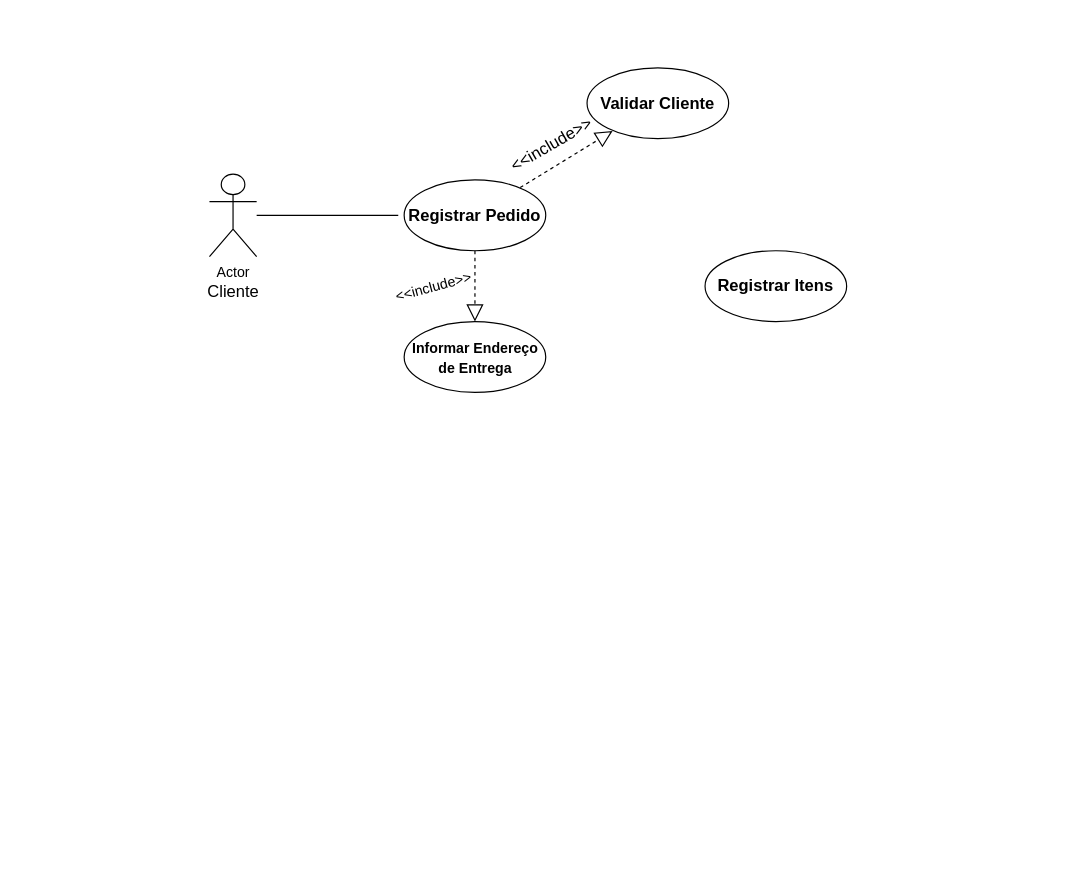
Before: Diagrama sem nome.drawio in loui674/Diagramas-de-Caso-de-Uso, a draw.io diagram. Source tidied: cells renumbered, new cells numbered last; positions are measured from the earlier drawing's top-left corner, leaving out a move shared by most shapes. Both pictures are drawn from the tidied source at 118%, with x=0, y=0 at pixel (191, 67).
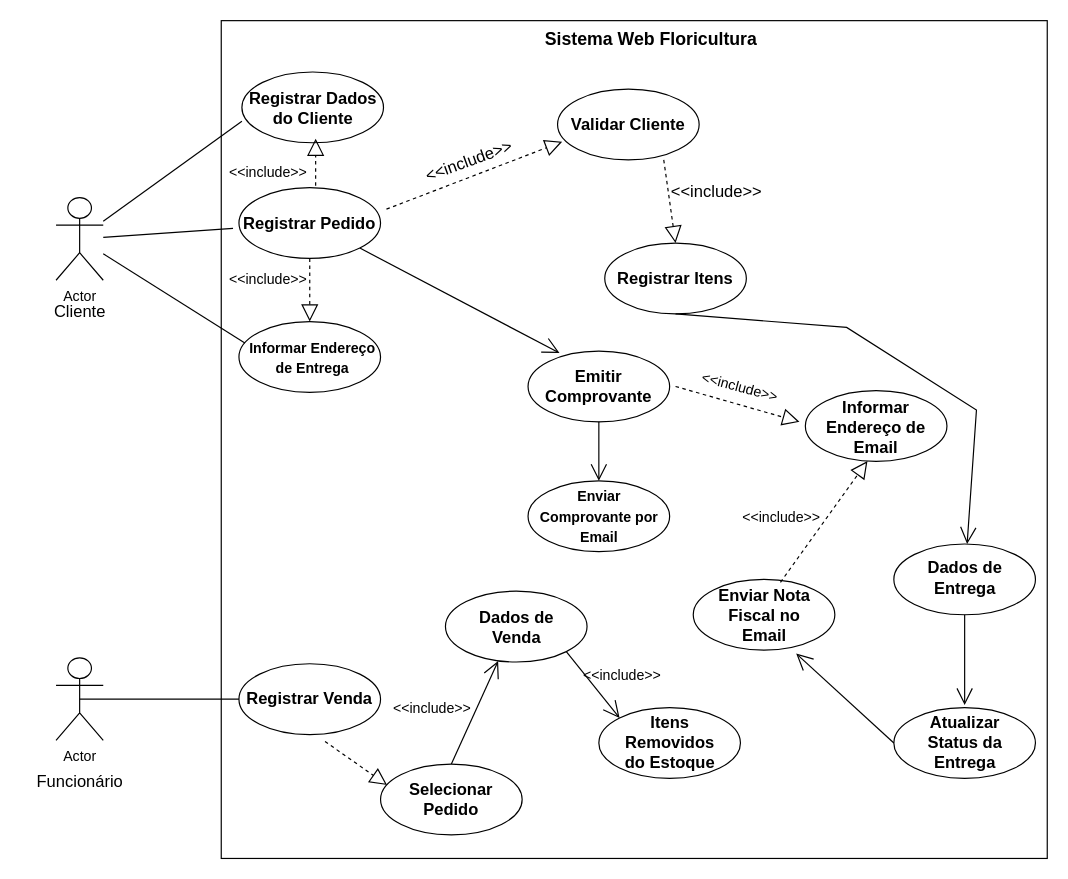
The same page after the edit.

The edit, as a diff of the source:
```diff
@@
+    <mxCell id="17" style="html=1;fontSize=15;fillColor=default;" parent="1" vertex="1">
+      <mxGeometry x="25" y="-40" width="700" height="710" as="geometry" />
+    </mxCell>
     <mxCell id="2" value="Actor" style="shape=umlActor;verticalLabelPosition=bottom;verticalAlign=top;html=1;outlineConnect=0;fillColor=default;fontStyle=0;" parent="1" vertex="1">
-      <mxGeometry x="15" y="90" width="40" height="70" as="geometry" />
+      <mxGeometry x="-115" y="110" width="40" height="70" as="geometry" />
     </mxCell>
     <mxCell id="3" style="ellipse;whiteSpace=wrap;html=1;verticalAlign=top;fontStyle=0;" parent="1" vertex="1">
-      <mxGeometry x="180" y="95" width="120" height="60" as="geometry" />
+      <mxGeometry x="40" y="101.5" width="120" height="60" as="geometry" />
     </mxCell>
     <mxCell id="4" value="Registrar Pedido" style="text;html=1;strokeColor=none;fillColor=none;align=center;verticalAlign=middle;whiteSpace=wrap;rounded=0;fontStyle=1;fontSize=14;" parent="1" vertex="1">
-      <mxGeometry x="175" y="101.5" width="130" height="47" as="geometry" />
+      <mxGeometry x="35" y="108" width="130" height="47" as="geometry" />
     </mxCell>
@@
     <mxCell id="6" style="ellipse;whiteSpace=wrap;html=1;verticalAlign=top;fontStyle=0;" parent="1" vertex="1">
-      <mxGeometry x="335" width="120" height="60" as="geometry" />
+      <mxGeometry x="310" y="18" width="120" height="60" as="geometry" />
     </mxCell>
     <mxCell id="7" value="Validar Cliente" style="text;html=1;strokeColor=none;fillColor=none;align=center;verticalAlign=middle;whiteSpace=wrap;rounded=0;fontStyle=1;fontSize=14;" parent="1" vertex="1">
-      <mxGeometry x="330" y="6.5" width="130" height="47" as="geometry" />
+      <mxGeometry x="305" y="24.5" width="130" height="47" as="geometry" />
     </mxCell>
-    <mxCell id="8" value="&amp;lt;&amp;lt;include&amp;gt;&amp;gt;" style="text;html=1;strokeColor=none;fillColor=none;align=center;verticalAlign=middle;whiteSpace=wrap;rounded=0;fontSize=14;rotation=-30;" parent="1" vertex="1">
-      <mxGeometry x="275" y="50" width="60" height="30" as="geometry" />
+    <mxCell id="8" value="&amp;lt;&amp;lt;include&amp;gt;&amp;gt;" style="text;html=1;strokeColor=none;fillColor=none;align=center;verticalAlign=middle;whiteSpace=wrap;rounded=0;fontSize=14;rotation=-20;" parent="1" vertex="1">
+      <mxGeometry x="205" y="63.5" width="60" height="30" as="geometry" />
     </mxCell>
     <mxCell id="9" value="Cliente" style="text;html=1;align=center;verticalAlign=middle;strokeColor=none;fillColor=none;fontSize=14;" parent="1" vertex="1">
-      <mxGeometry y="175" width="70" height="30" as="geometry" />
+      <mxGeometry x="-130" y="191.5" width="70" height="30" as="geometry" />
     </mxCell>
-    <mxCell id="10" style="endArrow=block;dashed=1;endFill=0;endSize=12;html=1;rounded=0;fontSize=14;" parent="1" edge="1" source="4" target="7">
+    <mxCell id="10" style="endArrow=block;dashed=1;endFill=0;endSize=12;html=1;rounded=0;fontSize=14;exitX=1;exitY=0.25;exitDx=0;exitDy=0;entryX=0.032;entryY=0.744;entryDx=0;entryDy=0;entryPerimeter=0;" parent="1" edge="1" source="4" target="6">
       <mxGeometry relative="1" as="geometry" />
     </mxCell>
     <mxCell id="11" style="ellipse;whiteSpace=wrap;html=1;verticalAlign=top;fontStyle=0;" parent="1" vertex="1">
-      <mxGeometry x="435" y="155" width="120" height="60" as="geometry" />
+      <mxGeometry x="350" y="148.5" width="120" height="60" as="geometry" />
     </mxCell>
     <mxCell id="12" value="Registrar Itens" style="text;html=1;strokeColor=none;fillColor=none;align=center;verticalAlign=middle;whiteSpace=wrap;rounded=0;fontStyle=1;fontSize=14;" parent="1" vertex="1">
-      <mxGeometry x="430" y="161.5" width="130" height="47" as="geometry" />
+      <mxGeometry x="345" y="155" width="130" height="47" as="geometry" />
     </mxCell>
     <mxCell id="13" style="ellipse;whiteSpace=wrap;html=1;verticalAlign=top;fontStyle=0;" parent="1" vertex="1">
-      <mxGeometry x="180" y="215" width="120" height="60" as="geometry" />
+      <mxGeometry x="40" y="215" width="120" height="60" as="geometry" />
     </mxCell>
     <mxCell id="14" value="&lt;font style=&quot;font-size: 12px;&quot;&gt;Informar Endereço de Entrega&lt;/font&gt;" style="text;html=1;strokeColor=none;fillColor=none;align=center;verticalAlign=middle;whiteSpace=wrap;rounded=0;fontStyle=1;fontSize=14;" parent="1" vertex="1">
-      <mxGeometry x="182.5" y="221.5" width="115" height="47" as="geometry" />
+      <mxGeometry x="45" y="221.5" width="115" height="47" as="geometry" />
     </mxCell>
@@
-    <mxCell id="16" value="&lt;font style=&quot;font-size: 12px;&quot;&gt;&amp;lt;&amp;lt;include&amp;gt;&amp;gt;&lt;/font&gt;" style="text;html=1;strokeColor=none;fillColor=none;align=center;verticalAlign=middle;whiteSpace=wrap;rounded=0;fontSize=14;rotation=-15;" parent="1" vertex="1">
-      <mxGeometry x="175" y="171.5" width="60" height="27" as="geometry" />
+    <mxCell id="16" value="&lt;font style=&quot;font-size: 12px;&quot;&gt;&amp;lt;&amp;lt;include&amp;gt;&amp;gt;&lt;/font&gt;" style="text;html=1;strokeColor=none;fillColor=none;align=center;verticalAlign=middle;whiteSpace=wrap;rounded=0;fontSize=14;rotation=0;" parent="1" vertex="1">
+      <mxGeometry x="35" y="165" width="60" height="27" as="geometry" />
     </mxCell>
+    <mxCell id="18" style="ellipse;whiteSpace=wrap;html=1;verticalAlign=top;fontStyle=0;" parent="1" vertex="1">
+      <mxGeometry x="285" y="240" width="120" height="60" as="geometry" />
+    </mxCell>
+    <mxCell id="19" value="Emitir Comprovante" style="text;html=1;strokeColor=none;fillColor=none;align=center;verticalAlign=middle;whiteSpace=wrap;rounded=0;fontStyle=1;fontSize=14;" parent="1" vertex="1">
+      <mxGeometry x="280" y="246.5" width="130" height="47" as="geometry" />
+    </mxCell>
+    <mxCell id="20" style="endArrow=block;dashed=1;endFill=0;endSize=12;html=1;rounded=0;fontSize=14;entryX=0.5;entryY=0;entryDx=0;entryDy=0;exitX=0.75;exitY=1;exitDx=0;exitDy=0;exitPerimeter=0;" parent="1" edge="1" source="6" target="11">
+      <mxGeometry relative="1" as="geometry" />
+    </mxCell>
+    <mxCell id="21" value="&amp;lt;&amp;lt;include&amp;gt;&amp;gt;" style="text;html=1;strokeColor=none;fillColor=none;align=center;verticalAlign=middle;whiteSpace=wrap;rounded=0;fontSize=14;rotation=0;" parent="1" vertex="1">
+      <mxGeometry x="415" y="90" width="60" height="30" as="geometry" />
+    </mxCell>
+    <mxCell id="22" style="endArrow=none;html=1;rounded=0;fontSize=14;entryX=0;entryY=0.25;entryDx=0;entryDy=0;" parent="1" edge="1" source="2" target="14">
+      <mxGeometry relative="1" as="geometry" />
+    </mxCell>
+    <mxCell id="23" style="endArrow=open;endFill=1;endSize=12;html=1;rounded=0;fontSize=12;exitX=1;exitY=1;exitDx=0;exitDy=0;entryX=0.222;entryY=0.028;entryDx=0;entryDy=0;entryPerimeter=0;" parent="1" edge="1" source="3" target="18">
+      <mxGeometry relative="1" as="geometry" />
+    </mxCell>
+    <mxCell id="24" style="ellipse;whiteSpace=wrap;html=1;verticalAlign=top;fontStyle=0;" parent="1" vertex="1">
+      <mxGeometry x="520" y="273.5" width="120" height="60" as="geometry" />
+    </mxCell>
+    <mxCell id="25" style="ellipse;whiteSpace=wrap;html=1;verticalAlign=top;fontStyle=0;" parent="1" vertex="1">
+      <mxGeometry x="285" y="350" width="120" height="60" as="geometry" />
+    </mxCell>
+    <mxCell id="26" value="Informar Endereço de Email" style="text;html=1;strokeColor=none;fillColor=none;align=center;verticalAlign=middle;whiteSpace=wrap;rounded=0;fontStyle=1;fontSize=14;" parent="1" vertex="1">
+      <mxGeometry x="525" y="281.5" width="110" height="47" as="geometry" />
+    </mxCell>
+    <mxCell id="27" style="endArrow=block;dashed=1;endFill=0;endSize=12;html=1;rounded=0;fontSize=14;exitX=1;exitY=0.5;exitDx=0;exitDy=0;" parent="1" edge="1" source="19">
+      <mxGeometry relative="1" as="geometry">
+        <mxPoint x="515" y="300" as="targetPoint" />
+      </mxGeometry>
+    </mxCell>
+    <mxCell id="28" value="&lt;font style=&quot;font-size: 12px;&quot;&gt;&amp;lt;&amp;lt;include&amp;gt;&amp;gt;&lt;/font&gt;" style="text;html=1;strokeColor=none;fillColor=none;align=center;verticalAlign=middle;whiteSpace=wrap;rounded=0;fontSize=14;rotation=15;" parent="1" vertex="1">
+      <mxGeometry x="435" y="256.5" width="60" height="27" as="geometry" />
+    </mxCell>
+    <mxCell id="29" style="endArrow=open;endFill=1;endSize=12;html=1;rounded=0;fontSize=12;exitX=0.5;exitY=1;exitDx=0;exitDy=0;" parent="1" edge="1" source="18">
+      <mxGeometry relative="1" as="geometry">
+        <mxPoint x="345" y="350" as="targetPoint" />
+      </mxGeometry>
+    </mxCell>
+    <mxCell id="30" value="&lt;font style=&quot;font-size: 12px;&quot;&gt;Enviar Comprovante por Email&lt;/font&gt;" style="text;html=1;strokeColor=none;fillColor=none;align=center;verticalAlign=middle;whiteSpace=wrap;rounded=0;fontStyle=1;fontSize=14;" parent="1" vertex="1">
+      <mxGeometry x="292.5" y="356.5" width="105" height="47" as="geometry" />
+    </mxCell>
+    <mxCell id="31" value="&lt;font style=&quot;font-size: 15px;&quot;&gt;&lt;b&gt;Sistema Web Floricultura&lt;/b&gt;&lt;/font&gt;" style="text;html=1;strokeColor=none;fillColor=none;align=center;verticalAlign=middle;whiteSpace=wrap;rounded=0;fontSize=12;" parent="1" vertex="1">
+      <mxGeometry x="292.5" y="-40" width="192.5" height="30" as="geometry" />
+    </mxCell>
+    <mxCell id="32" value="Actor" style="shape=umlActor;verticalLabelPosition=bottom;verticalAlign=top;html=1;outlineConnect=0;fillColor=default;fontStyle=0;" parent="1" vertex="1">
+      <mxGeometry x="-115" y="500" width="40" height="70" as="geometry" />
+    </mxCell>
+    <mxCell id="33" value="Funcionário" style="text;html=1;align=center;verticalAlign=middle;strokeColor=none;fillColor=none;fontSize=14;" parent="1" vertex="1">
+      <mxGeometry x="-145" y="590" width="100" height="30" as="geometry" />
+    </mxCell>
+    <mxCell id="34" style="ellipse;whiteSpace=wrap;html=1;verticalAlign=top;fontStyle=0;" parent="1" vertex="1">
+      <mxGeometry x="40" y="505" width="120" height="60" as="geometry" />
+    </mxCell>
+    <mxCell id="35" value="Registrar Venda" style="text;html=1;strokeColor=none;fillColor=none;align=center;verticalAlign=middle;whiteSpace=wrap;rounded=0;fontStyle=1;fontSize=14;" parent="1" vertex="1">
+      <mxGeometry x="35" y="511.5" width="130" height="47" as="geometry" />
+    </mxCell>
+    <mxCell id="36" style="endArrow=none;html=1;rounded=0;fontSize=15;exitX=0.5;exitY=0.5;exitDx=0;exitDy=0;exitPerimeter=0;entryX=0;entryY=0.5;entryDx=0;entryDy=0;" parent="1" edge="1" source="32" target="34">
+      <mxGeometry relative="1" as="geometry" />
+    </mxCell>
+    <mxCell id="37" style="ellipse;whiteSpace=wrap;html=1;fontSize=15;fillColor=default;" parent="1" vertex="1">
+      <mxGeometry x="160" y="590" width="120" height="60" as="geometry" />
+    </mxCell>
+    <mxCell id="38" value="Selecionar Pedido" style="text;html=1;strokeColor=none;fillColor=none;align=center;verticalAlign=middle;whiteSpace=wrap;rounded=0;fontStyle=1;fontSize=14;" parent="1" vertex="1">
+      <mxGeometry x="171.2" y="602.2" width="97.5" height="35.5" as="geometry" />
+    </mxCell>
+    <mxCell id="39" style="endArrow=block;dashed=1;endFill=0;endSize=12;html=1;rounded=0;fontSize=14;exitX=0.608;exitY=1.098;exitDx=0;exitDy=0;entryX=0.046;entryY=0.296;entryDx=0;entryDy=0;entryPerimeter=0;exitPerimeter=0;" parent="1" edge="1" source="34" target="37">
+      <mxGeometry relative="1" as="geometry" />
+    </mxCell>
+    <mxCell id="40" value="&lt;font style=&quot;font-size: 12px;&quot;&gt;&amp;lt;&amp;lt;include&amp;gt;&amp;gt;&lt;/font&gt;" style="text;html=1;strokeColor=none;fillColor=none;align=center;verticalAlign=middle;whiteSpace=wrap;rounded=0;fontSize=14;rotation=0;" parent="1" vertex="1">
+      <mxGeometry x="173.8" y="528" width="60" height="27" as="geometry" />
+    </mxCell>
+    <mxCell id="41" style="ellipse;whiteSpace=wrap;html=1;verticalAlign=top;fontStyle=0;" parent="1" vertex="1">
+      <mxGeometry x="42.5" y="3.5" width="120" height="60" as="geometry" />
+    </mxCell>
+    <mxCell id="42" value="Registrar Dados do Cliente" style="text;html=1;strokeColor=none;fillColor=none;align=center;verticalAlign=middle;whiteSpace=wrap;rounded=0;fontStyle=1;fontSize=14;" parent="1" vertex="1">
+      <mxGeometry x="42.5" y="10" width="120" height="47" as="geometry" />
+    </mxCell>
+    <mxCell id="43" style="endArrow=none;html=1;rounded=0;fontSize=14;entryX=0;entryY=0.75;entryDx=0;entryDy=0;" parent="1" edge="1" target="42">
+      <mxGeometry relative="1" as="geometry">
+        <mxPoint x="-75" y="130" as="sourcePoint" />
+      </mxGeometry>
+    </mxCell>
+    <mxCell id="44" style="endArrow=block;dashed=1;endFill=0;endSize=12;html=1;rounded=0;fontSize=14;" parent="1" edge="1">
+      <mxGeometry relative="1" as="geometry">
+        <mxPoint x="105" y="100" as="sourcePoint" />
+        <mxPoint x="105" y="60" as="targetPoint" />
+      </mxGeometry>
+    </mxCell>
+    <mxCell id="45" value="&lt;font style=&quot;font-size: 12px;&quot;&gt;&amp;lt;&amp;lt;include&amp;gt;&amp;gt;&lt;/font&gt;" style="text;html=1;strokeColor=none;fillColor=none;align=center;verticalAlign=middle;whiteSpace=wrap;rounded=0;fontSize=14;rotation=0;" parent="1" vertex="1">
+      <mxGeometry x="35" y="74.5" width="60" height="27" as="geometry" />
+    </mxCell>
+    <mxCell id="46" style="ellipse;whiteSpace=wrap;html=1;verticalAlign=top;fontStyle=0;" parent="1" vertex="1">
+      <mxGeometry x="215" y="443.5" width="120" height="60" as="geometry" />
+    </mxCell>
+    <mxCell id="47" value="Dados de Venda" style="text;html=1;strokeColor=none;fillColor=none;align=center;verticalAlign=middle;whiteSpace=wrap;rounded=0;fontStyle=1;fontSize=14;" parent="1" vertex="1">
+      <mxGeometry x="233.8" y="453.5" width="82.5" height="40" as="geometry" />
+    </mxCell>
+    <mxCell id="48" style="endArrow=open;endFill=1;endSize=12;html=1;rounded=0;fontSize=15;exitX=0.5;exitY=0;exitDx=0;exitDy=0;entryX=0.372;entryY=0.986;entryDx=0;entryDy=0;entryPerimeter=0;" parent="1" edge="1" source="37" target="46">
+      <mxGeometry relative="1" as="geometry" />
+    </mxCell>
+    <mxCell id="49" style="ellipse;whiteSpace=wrap;html=1;verticalAlign=top;fontStyle=0;" parent="1" vertex="1">
+      <mxGeometry x="345" y="542.2" width="120" height="60" as="geometry" />
+    </mxCell>
+    <mxCell id="50" value="Itens Removidos do Estoque" style="text;html=1;strokeColor=none;fillColor=none;align=center;verticalAlign=middle;whiteSpace=wrap;rounded=0;fontStyle=1;fontSize=14;" parent="1" vertex="1">
+      <mxGeometry x="362.5" y="560.5" width="85" height="23.5" as="geometry" />
+    </mxCell>
+    <mxCell id="51" style="ellipse;whiteSpace=wrap;html=1;verticalAlign=top;fontStyle=0;" parent="1" vertex="1">
+      <mxGeometry x="595" y="403.5" width="120" height="60" as="geometry" />
+    </mxCell>
+    <mxCell id="52" value="Dados de Entrega" style="text;html=1;strokeColor=none;fillColor=none;align=center;verticalAlign=middle;whiteSpace=wrap;rounded=0;fontStyle=1;fontSize=14;" parent="1" vertex="1">
+      <mxGeometry x="612.5" y="420" width="85" height="23.5" as="geometry" />
+    </mxCell>
+    <mxCell id="53" style="endArrow=open;endFill=1;endSize=12;html=1;rounded=0;fontSize=12;exitX=0.5;exitY=1;exitDx=0;exitDy=0;" parent="1" edge="1" source="11" target="51">
+      <mxGeometry relative="1" as="geometry">
+        <Array as="points">
+          <mxPoint x="555" y="220" />
+          <mxPoint x="665" y="290" />
+        </Array>
+      </mxGeometry>
+    </mxCell>
+    <mxCell id="54" style="endArrow=open;endFill=1;endSize=12;html=1;rounded=0;fontSize=15;exitX=1;exitY=1;exitDx=0;exitDy=0;entryX=0;entryY=0;entryDx=0;entryDy=0;" parent="1" edge="1" source="46" target="49">
+      <mxGeometry relative="1" as="geometry" />
+    </mxCell>
+    <mxCell id="55" value="&lt;font style=&quot;font-size: 12px;&quot;&gt;&amp;lt;&amp;lt;include&amp;gt;&amp;gt;&lt;/font&gt;" style="text;html=1;strokeColor=none;fillColor=none;align=center;verticalAlign=middle;whiteSpace=wrap;rounded=0;fontSize=14;rotation=0;" parent="1" vertex="1">
+      <mxGeometry x="335" y="500" width="60" height="27" as="geometry" />
+    </mxCell>
+    <mxCell id="56" style="ellipse;whiteSpace=wrap;html=1;verticalAlign=top;fontStyle=0;" parent="1" vertex="1">
+      <mxGeometry x="595" y="542.2" width="120" height="60" as="geometry" />
+    </mxCell>
+    <mxCell id="57" value="Atualizar Status da Entrega" style="text;html=1;strokeColor=none;fillColor=none;align=center;verticalAlign=middle;whiteSpace=wrap;rounded=0;fontStyle=1;fontSize=14;" parent="1" vertex="1">
+      <mxGeometry x="612.5" y="560.5" width="85" height="23.5" as="geometry" />
+    </mxCell>
+    <mxCell id="58" style="endArrow=open;endFill=1;endSize=12;html=1;rounded=0;fontSize=15;exitX=0.5;exitY=1;exitDx=0;exitDy=0;" parent="1" edge="1" source="51">
+      <mxGeometry relative="1" as="geometry">
+        <mxPoint x="655" y="540" as="targetPoint" />
+      </mxGeometry>
+    </mxCell>
+    <mxCell id="59" style="ellipse;whiteSpace=wrap;html=1;verticalAlign=top;fontStyle=0;" parent="1" vertex="1">
+      <mxGeometry x="425" y="433.5" width="120" height="60" as="geometry" />
+    </mxCell>
+    <mxCell id="60" value="Enviar Nota Fiscal no Email" style="text;html=1;strokeColor=none;fillColor=none;align=center;verticalAlign=middle;whiteSpace=wrap;rounded=0;fontStyle=1;fontSize=14;" parent="1" vertex="1">
+      <mxGeometry x="442.5" y="451.8" width="85" height="23.5" as="geometry" />
+    </mxCell>
+    <mxCell id="61" style="endArrow=open;endFill=1;endSize=12;html=1;rounded=0;fontSize=15;exitX=0;exitY=0.5;exitDx=0;exitDy=0;entryX=0.727;entryY=1.048;entryDx=0;entryDy=0;entryPerimeter=0;" parent="1" edge="1" source="56" target="59">
+      <mxGeometry relative="1" as="geometry" />
+    </mxCell>
+    <mxCell id="62" style="endArrow=block;dashed=1;endFill=0;endSize=12;html=1;rounded=0;fontSize=14;exitX=0.616;exitY=0.041;exitDx=0;exitDy=0;entryX=0.433;entryY=1.101;entryDx=0;entryDy=0;entryPerimeter=0;exitPerimeter=0;" parent="1" edge="1" source="59" target="26">
+      <mxGeometry relative="1" as="geometry" />
+    </mxCell>
+    <mxCell id="63" value="&lt;font style=&quot;font-size: 12px;&quot;&gt;&amp;lt;&amp;lt;include&amp;gt;&amp;gt;&lt;/font&gt;" style="text;html=1;strokeColor=none;fillColor=none;align=center;verticalAlign=middle;whiteSpace=wrap;rounded=0;fontSize=14;rotation=0;" parent="1" vertex="1">
+      <mxGeometry x="470" y="366.5" width="60" height="27" as="geometry" />
+    </mxCell>
```
